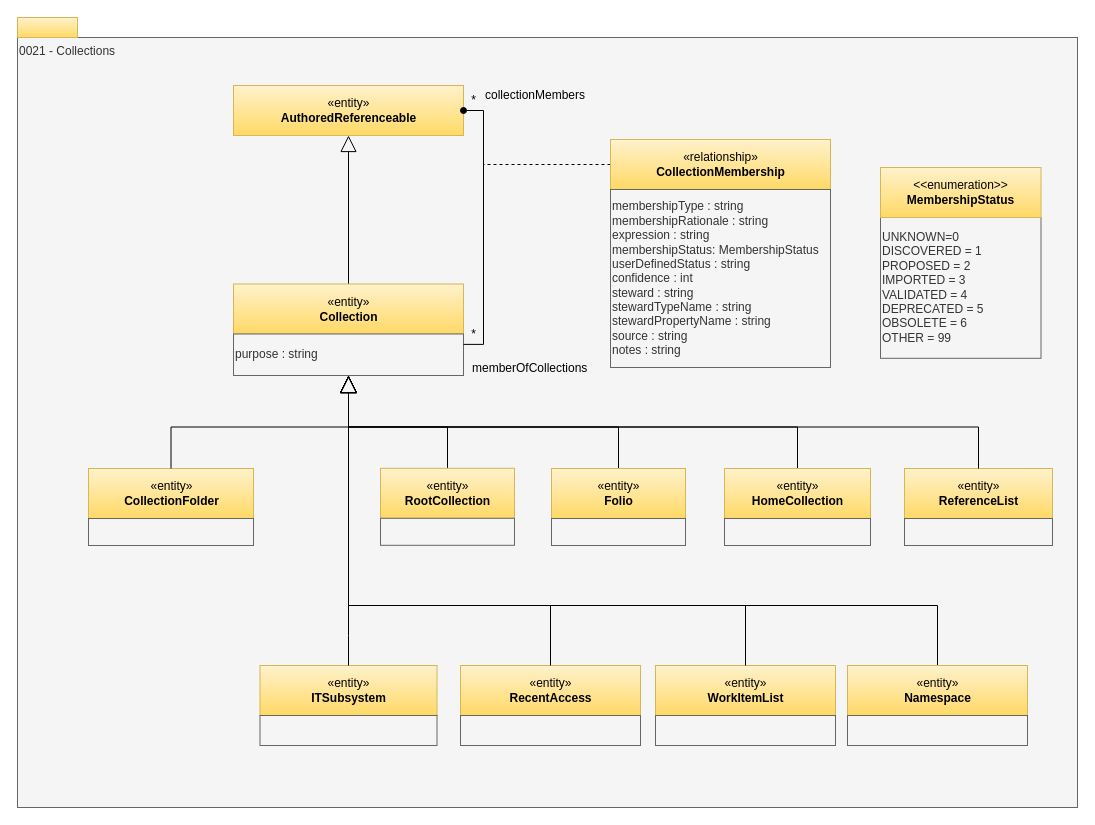
Above: page "0021-Collections" (16 of 33) of site/docs/types/0/area-0-basic-types-and-infrastructure.drawio in odpi/egeria-docs (draw.io), before the change. Source tidied: cells renumbered, new cells numbered last; positions are measured from the earlier drawing's top-left corner, leaving out a move shared by most shapes. Both pictures are drawn from the tidied source at 100%, with x=0, y=0 at pixel (17, 17).
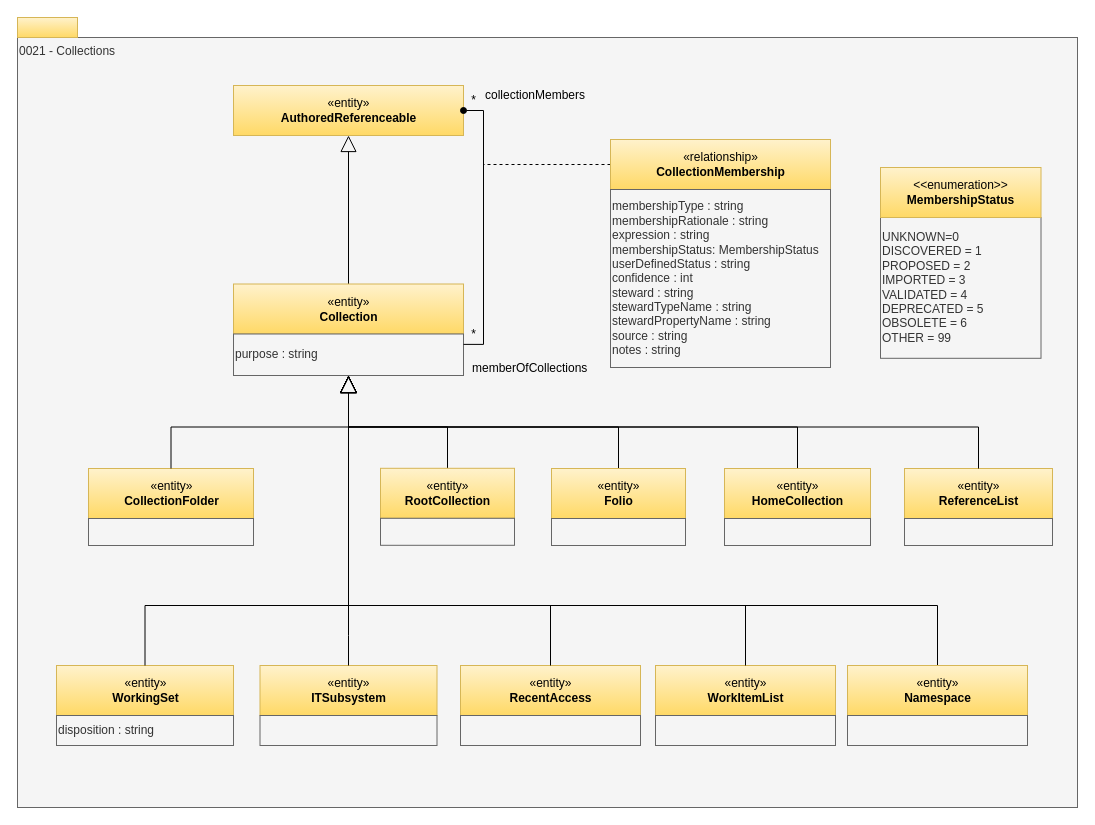
Above is the later version.

Unchanged cells that the change refers to:
```xml
<mxCell id="7" value="purpose : string" style="rounded=0;whiteSpace=wrap;html=1;align=left;fillColor=#f5f5f5;fontColor=#333333;strokeColor=#666666;" parent="1" vertex="1">
  <mxGeometry x="216" y="316.5" width="230" height="41.5" as="geometry" />
</mxCell>
```

Diff of the diagram source:
```diff
@@
+    <mxCell id="45" value="«entity»&lt;br&gt;&lt;b&gt;WorkingSet&lt;/b&gt;" style="html=1;strokeColor=#d6b656;align=center;fillColor=#fff2cc;gradientColor=#ffd966;" parent="1" vertex="1">
+      <mxGeometry x="39" y="648" width="177" height="50" as="geometry" />
+    </mxCell>
+    <mxCell id="46" value="disposition : string" style="rounded=0;whiteSpace=wrap;html=1;align=left;fillColor=#f5f5f5;fontColor=#333333;strokeColor=#666666;" parent="1" vertex="1">
+      <mxGeometry x="39" y="698" width="177" height="30" as="geometry" />
+    </mxCell>
+    <mxCell id="47" style="edgeStyle=orthogonalEdgeStyle;rounded=0;jettySize=auto;html=1;exitX=0.5;exitY=0;exitDx=0;exitDy=0;endArrow=block;startFill=0;entryX=0.5;entryY=1;entryDx=0;entryDy=0;endFill=0;endSize=15;" parent="1" edge="1" source="45" target="7">
+      <mxGeometry relative="1" as="geometry">
+        <Array as="points">
+          <mxPoint x="128" y="588" />
+          <mxPoint x="331" y="588" />
+        </Array>
+      </mxGeometry>
+    </mxCell>
```
